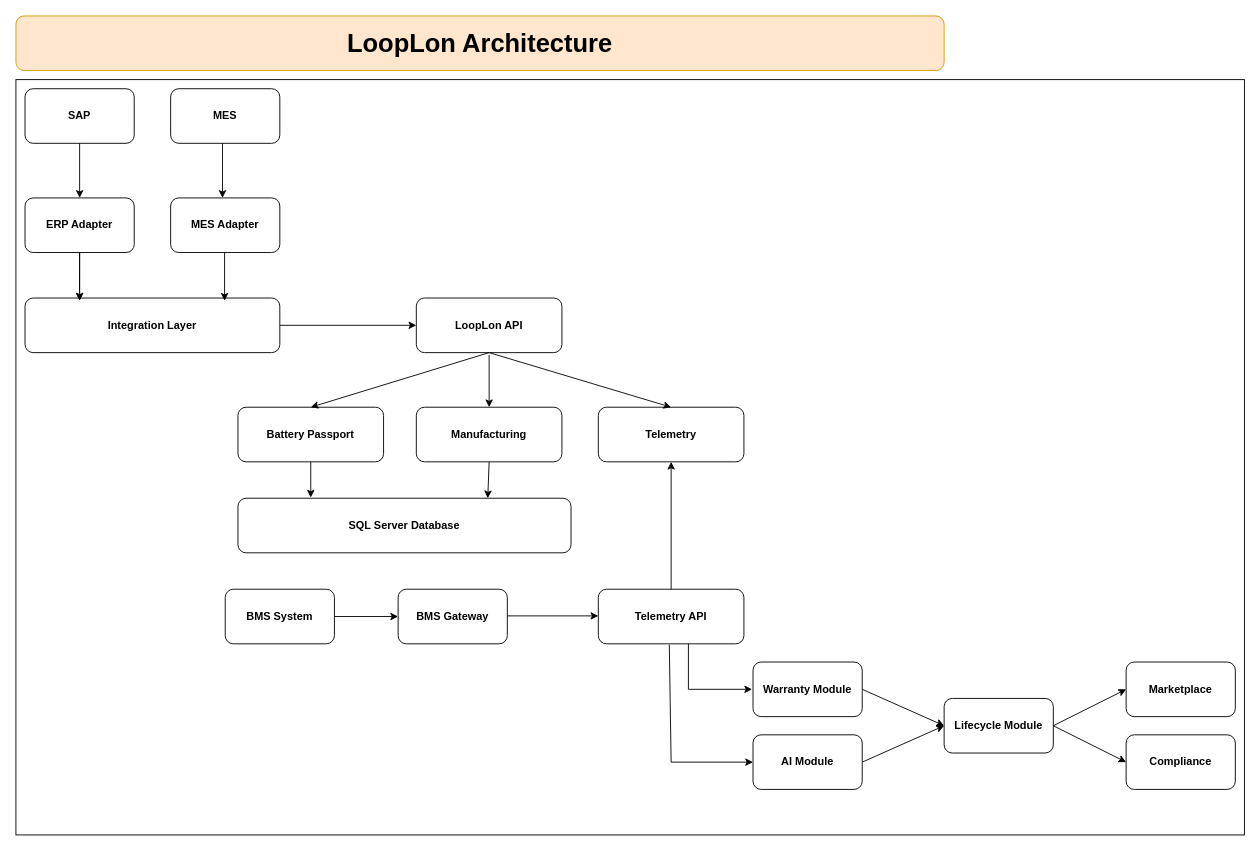
Before: page "Architecture" (1 of 2) of Documents/Architecture.drawio in subroroy193-sys/LoopIon, a draw.io diagram. Source tidied: cells renumbered, new cells numbered last; positions are measured from the earlier drawing's top-left corner, leaving out a move shared by most shapes. Both pictures are drawn from the tidied source at 91%, with x=0, y=0 at pixel (15, 15).
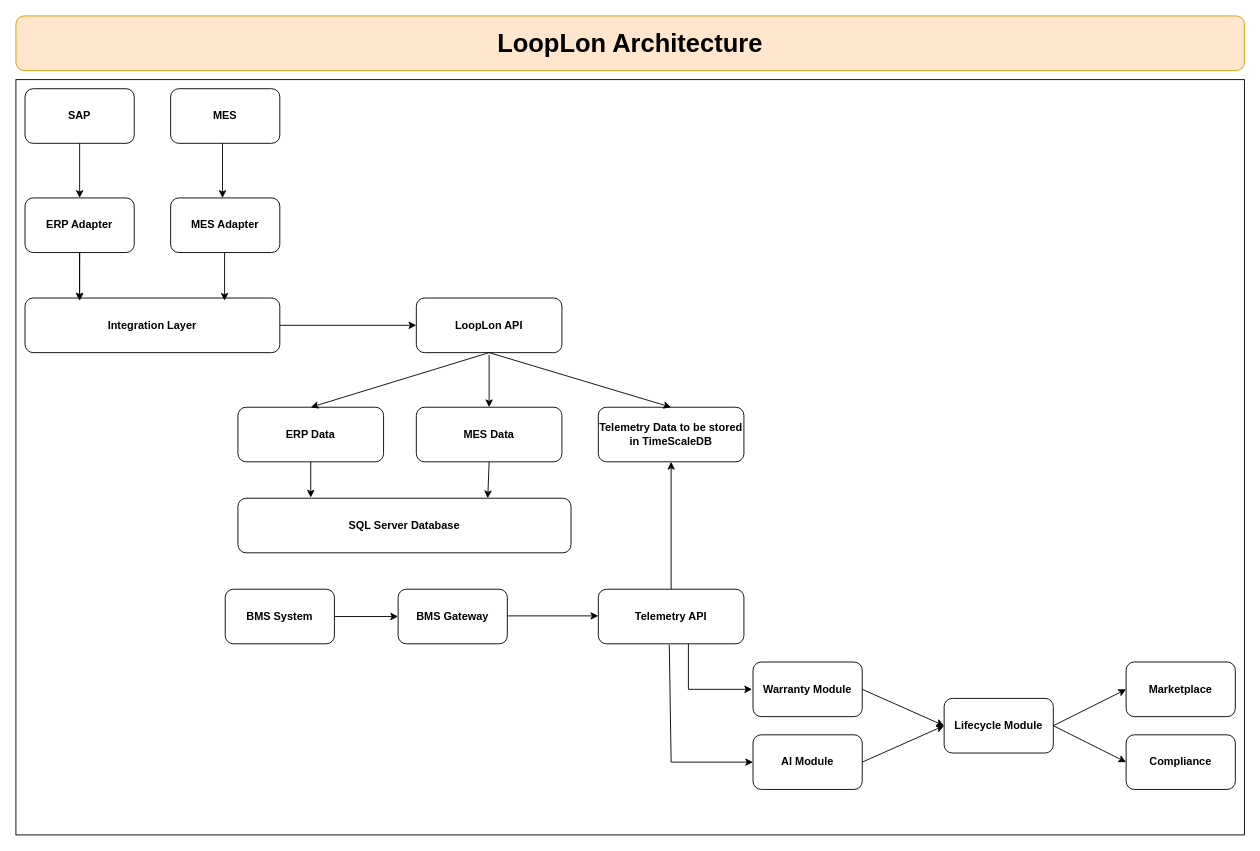
The same page after the edit.

Commit message:
Update in block names in the architecture

The edit, as a diff of the source:
```diff
@@
     <mxCell id="2" value="&lt;b&gt;&lt;font style=&quot;font-size: 28px;&quot;&gt;LoopLon Architecture&lt;/font&gt;&lt;/b&gt;" style="rounded=1;whiteSpace=wrap;html=1;fillColor=#ffe6cc;strokeColor=#d79b00;" parent="1" vertex="1">
-      <mxGeometry width="1020" height="60" as="geometry" />
+      <mxGeometry width="1350" height="60" as="geometry" />
     </mxCell>
@@
-    <mxCell id="15" value="&lt;b&gt;Battery Passport&lt;/b&gt;" style="rounded=1;whiteSpace=wrap;html=1;" parent="1" vertex="1">
+    <mxCell id="15" value="&lt;b&gt;ERP Data&lt;/b&gt;" style="rounded=1;whiteSpace=wrap;html=1;" parent="1" vertex="1">
       <mxGeometry x="244" y="430" width="160" height="60" as="geometry" />
     </mxCell>
-    <mxCell id="16" value="&lt;b&gt;Manufacturing&lt;/b&gt;" style="rounded=1;whiteSpace=wrap;html=1;" parent="1" vertex="1">
+    <mxCell id="16" value="&lt;b&gt;MES Data&lt;/b&gt;" style="rounded=1;whiteSpace=wrap;html=1;" parent="1" vertex="1">
       <mxGeometry x="440" y="430" width="160" height="60" as="geometry" />
     </mxCell>
-    <mxCell id="17" value="&lt;b&gt;Telemetry&lt;/b&gt;" style="rounded=1;whiteSpace=wrap;html=1;" parent="1" vertex="1">
+    <mxCell id="17" value="&lt;b&gt;Telemetry Data to be stored in TimeScaleDB&lt;/b&gt;" style="rounded=1;whiteSpace=wrap;html=1;" parent="1" vertex="1">
       <mxGeometry x="640" y="430" width="160" height="60" as="geometry" />
     </mxCell>
```
